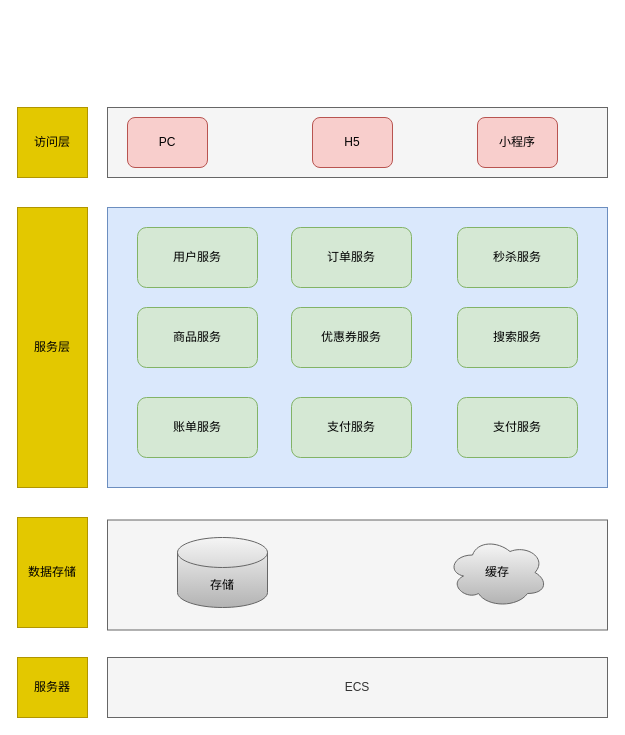
Before: page "第 1 页" (1 of 5) of 业务图.drawio in Blank-eyes/Architecture-diagram, a draw.io diagram. Source tidied: cells renumbered, new cells numbered last; positions are measured from the earlier drawing's top-left corner, leaving out a move shared by most shapes. Both pictures are drawn from the tidied source at 100%, with x=0, y=0 at pixel (17, 107).
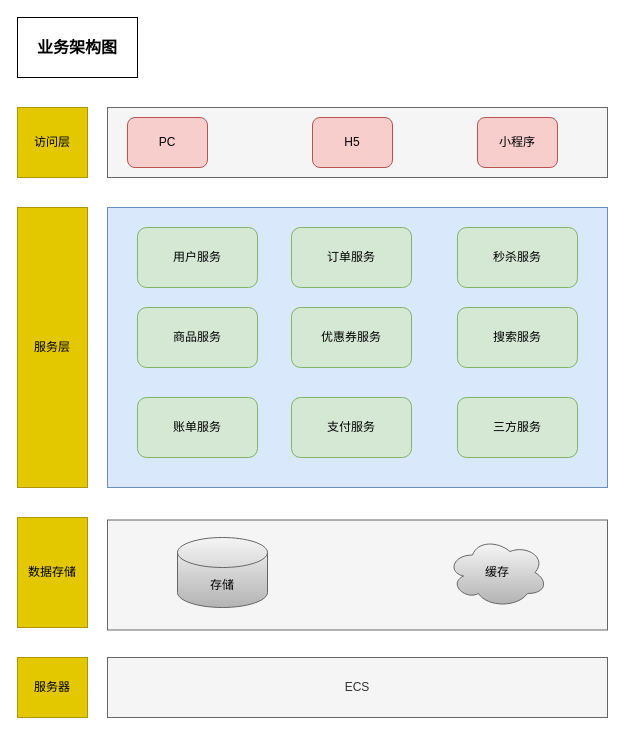
The same page after the edit.

Commit message:
更新业务图.drawio

Diff of the diagram source:
```diff
@@
-    <mxCell id="23" value="支付服务" style="rounded=1;whiteSpace=wrap;html=1;fillColor=#d5e8d4;strokeColor=#82b366;" parent="1" vertex="1">
+    <mxCell id="23" value="三方服务" style="rounded=1;whiteSpace=wrap;html=1;fillColor=#d5e8d4;strokeColor=#82b366;" parent="1" vertex="1">
       <mxGeometry x="440" y="290" width="120" height="60" as="geometry" />
     </mxCell>
+    <mxCell id="24" value="&lt;b&gt;&lt;font style=&quot;font-size: 16px;&quot;&gt;业务架构图&lt;/font&gt;&lt;/b&gt;" style="rounded=0;whiteSpace=wrap;html=1;" parent="1" vertex="1">
+      <mxGeometry y="-90" width="120" height="60" as="geometry" />
+    </mxCell>
```
